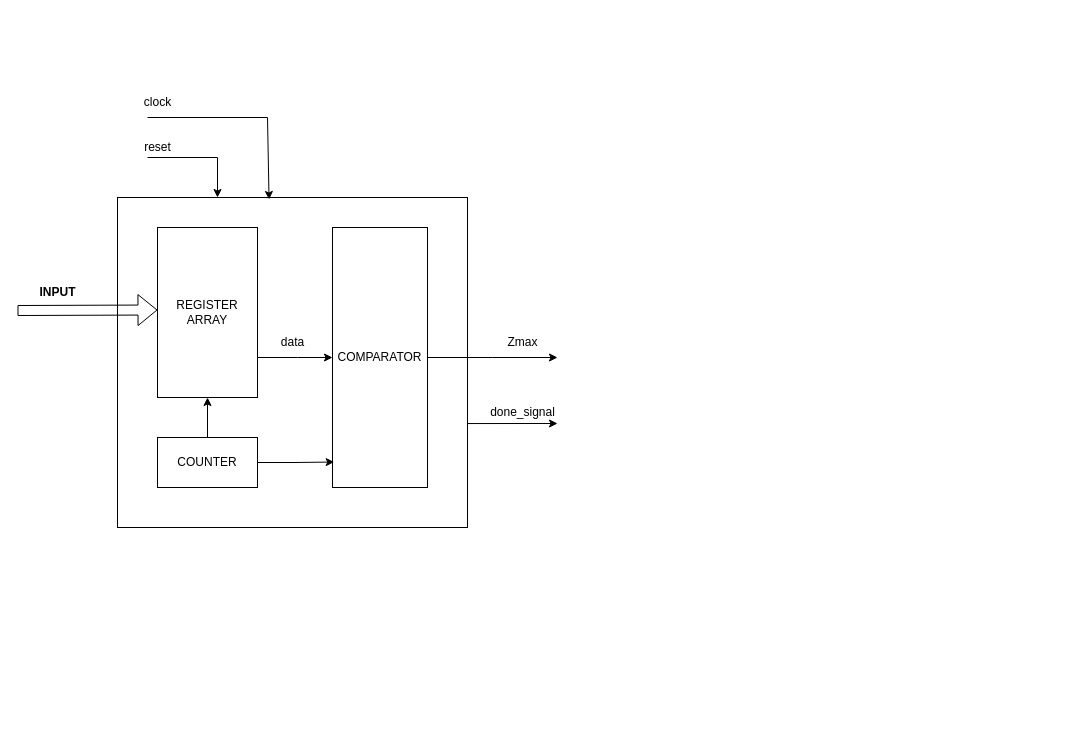
quyenpro123/softmax keeps this draw.io diagram as project spec/max_tree_block.drawio. Above is the earlier version. Source tidied: cells renumbered, new cells numbered last; positions are measured from the earlier drawing's top-left corner, leaving out a move shared by most shapes. Both pictures are drawn from the tidied source at 100%, with x=0, y=0 at pixel (17, 87).
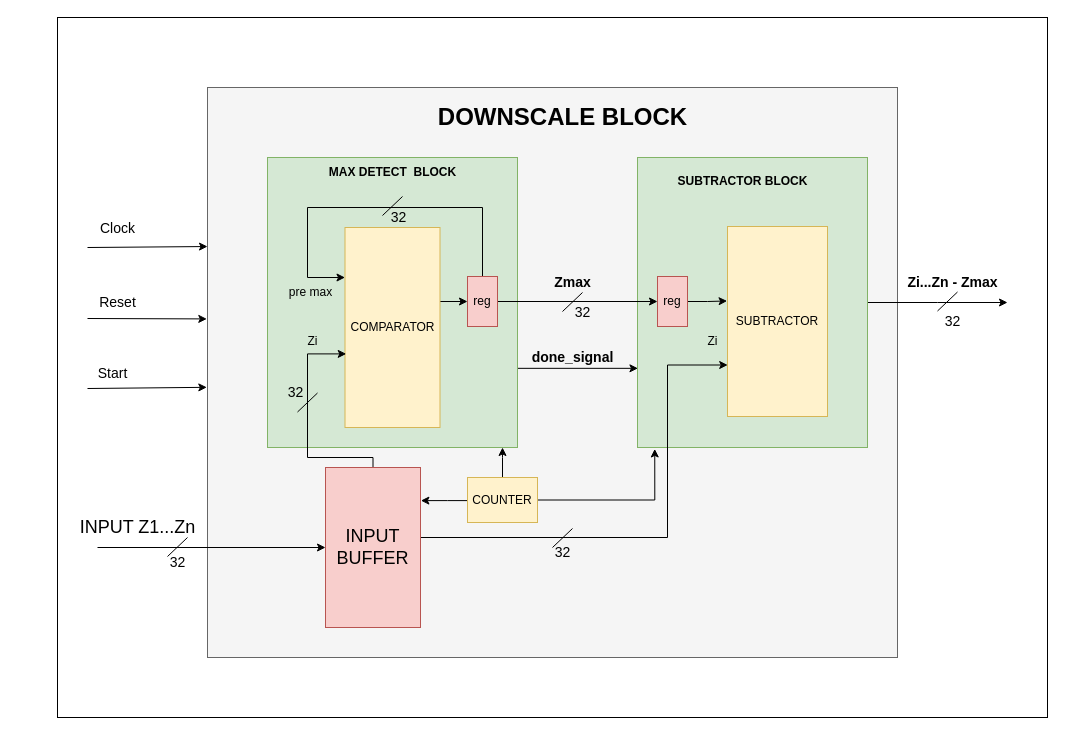
The same diagram, later.

The edit, as a diff of the source:
```diff
@@
-    <mxCell id="2" style="rounded=0;whiteSpace=wrap;html=1;" parent="1" vertex="1">
-      <mxGeometry x="100" y="110" width="350" height="330" as="geometry" />
-    </mxCell>
-    <mxCell id="3" style="edgeStyle=orthogonalEdgeStyle;rounded=0;jettySize=auto;html=1;entryX=0;entryY=0.5;entryDx=0;entryDy=0;" parent="1" edge="1" source="4" target="8">
-      <mxGeometry relative="1" as="geometry">
-        <Array as="points">
-          <mxPoint x="280" y="270" />
-          <mxPoint x="280" y="270" />
-        </Array>
-      </mxGeometry>
-    </mxCell>
-    <mxCell id="4" value="REGISTER ARRAY" style="rounded=0;whiteSpace=wrap;html=1;fillColor=default;strokeColor=default;" parent="1" vertex="1">
-      <mxGeometry x="140" y="140" width="100" height="170" as="geometry" />
-    </mxCell>
-    <mxCell id="5" style="shape=flexArrow;endArrow=classic;html=1;rounded=0;entryX=0;entryY=0.5;entryDx=0;entryDy=0;" parent="1" edge="1">
-      <mxGeometry relative="1" as="geometry">
-        <mxPoint y="223" as="sourcePoint" />
-        <mxPoint x="140" y="222.5" as="targetPoint" />
-      </mxGeometry>
-    </mxCell>
-    <mxCell id="6" value="&lt;b&gt;INPUT&lt;/b&gt;" style="text;html=1;align=center;verticalAlign=middle;strokeColor=none;fillColor=none;" parent="1" vertex="1">
-      <mxGeometry x="10" y="190" width="60" height="30" as="geometry" />
-    </mxCell>
-    <mxCell id="7" style="edgeStyle=orthogonalEdgeStyle;rounded=0;jettySize=auto;html=1;" parent="1" edge="1" source="8">
-      <mxGeometry relative="1" as="geometry">
-        <mxPoint x="540" y="270" as="targetPoint" />
-      </mxGeometry>
-    </mxCell>
+    <mxCell id="20" style="rounded=0;whiteSpace=wrap;html=1;fontSize=14;gradientColor=none;" parent="1" vertex="1">
+      <mxGeometry x="40" y="-70" width="990" height="700" as="geometry" />
+    </mxCell>
+    <mxCell id="21" style="rounded=0;whiteSpace=wrap;html=1;fontSize=12;fillColor=#f5f5f5;fontColor=#333333;strokeColor=#666666;" parent="1" vertex="1">
+      <mxGeometry x="190" width="690" height="570" as="geometry" />
+    </mxCell>
+    <mxCell id="22" style="edgeStyle=orthogonalEdgeStyle;rounded=0;jettySize=auto;html=1;fontSize=14;" parent="1" edge="1" source="23">
+      <mxGeometry relative="1" as="geometry">
+        <mxPoint x="990" y="215" as="targetPoint" />
+      </mxGeometry>
+    </mxCell>
+    <mxCell id="23" style="rounded=0;whiteSpace=wrap;html=1;fontSize=12;fillColor=#d5e8d4;strokeColor=#82b366;" parent="1" vertex="1">
+      <mxGeometry x="620" y="70" width="230" height="290" as="geometry" />
+    </mxCell>
+    <mxCell id="24" style="rounded=0;whiteSpace=wrap;html=1;fontSize=12;fillColor=#d5e8d4;strokeColor=#82b366;" parent="1" vertex="1">
+      <mxGeometry x="250" y="70" width="250" height="290" as="geometry" />
+    </mxCell>
+    <mxCell id="25" style="edgeStyle=orthogonalEdgeStyle;rounded=0;jettySize=auto;html=1;entryX=0;entryY=0.5;entryDx=0;entryDy=0;" parent="1" edge="1" target="31">
+      <mxGeometry relative="1" as="geometry">
+        <mxPoint x="422.5" y="214" as="sourcePoint" />
+      </mxGeometry>
+    </mxCell>
-    <mxCell id="8" value="COMPARATOR" style="rounded=0;whiteSpace=wrap;html=1;" parent="1" vertex="1">
-      <mxGeometry x="315" y="140" width="95" height="260" as="geometry" />
+    <mxCell id="8" value="COMPARATOR" style="rounded=0;whiteSpace=wrap;html=1;fillColor=#fff2cc;strokeColor=#d6b656;" parent="1" vertex="1">
+      <mxGeometry x="327.5" y="140" width="95" height="200" as="geometry" />
     </mxCell>
-    <mxCell id="9" value="Zmax" style="text;html=1;align=center;verticalAlign=middle;strokeColor=none;fillColor=none;" parent="1" vertex="1">
-      <mxGeometry x="480" y="240" width="50" height="30" as="geometry" />
+    <mxCell id="9" value="&lt;font style=&quot;font-size: 14px;&quot;&gt;&lt;b&gt;Zmax&lt;/b&gt;&lt;/font&gt;" style="text;html=1;align=center;verticalAlign=middle;" parent="1" vertex="1">
+      <mxGeometry x="525" y="180" width="60" height="30" as="geometry" />
     </mxCell>
-    <mxCell id="10" value="data" style="text;html=1;align=center;verticalAlign=middle;strokeColor=none;fillColor=none;" parent="1" vertex="1">
-      <mxGeometry x="250" y="240" width="50" height="30" as="geometry" />
+    <mxCell id="10" value="Zi" style="text;html=1;align=center;verticalAlign=middle;" parent="1" vertex="1">
+      <mxGeometry x="280" y="239" width="30" height="30" as="geometry" />
     </mxCell>
-    <mxCell id="11" style="endArrow=classic;html=1;rounded=0;" parent="1" edge="1">
-      <mxGeometry relative="1" as="geometry">
-        <mxPoint x="130" y="70" as="sourcePoint" />
-        <mxPoint x="200" y="110" as="targetPoint" />
-        <Array as="points">
-          <mxPoint x="200" y="70" />
-        </Array>
-      </mxGeometry>
-    </mxCell>
-    <mxCell id="12" style="endArrow=classic;html=1;rounded=0;entryX=0.433;entryY=0.006;entryDx=0;entryDy=0;entryPerimeter=0;" parent="1" edge="1" target="2">
-      <mxGeometry relative="1" as="geometry">
-        <mxPoint x="130" y="30" as="sourcePoint" />
-        <Array as="points">
-          <mxPoint x="250" y="30" />
-        </Array>
-      </mxGeometry>
-    </mxCell>
-    <mxCell id="13" value="clock" style="text;html=1;align=center;verticalAlign=middle;strokeColor=none;fillColor=none;" parent="1" vertex="1">
-      <mxGeometry x="115" width="50" height="30" as="geometry" />
-    </mxCell>
-    <mxCell id="14" value="reset" style="text;html=1;align=center;verticalAlign=middle;strokeColor=none;fillColor=none;" parent="1" vertex="1">
-      <mxGeometry x="115" y="45" width="50" height="30" as="geometry" />
-    </mxCell>
-    <mxCell id="15" style="edgeStyle=orthogonalEdgeStyle;rounded=0;jettySize=auto;html=1;entryX=0.5;entryY=1;entryDx=0;entryDy=0;" parent="1" edge="1" source="16" target="4">
-      <mxGeometry relative="1" as="geometry" />
-    </mxCell>
+    <mxCell id="26" style="edgeStyle=orthogonalEdgeStyle;rounded=0;jettySize=auto;html=1;entryX=1.004;entryY=0.207;entryDx=0;entryDy=0;entryPerimeter=0;fontSize=12;" parent="1" edge="1" source="16" target="35">
+      <mxGeometry relative="1" as="geometry">
+        <Array as="points">
+          <mxPoint x="430" y="412" />
+        </Array>
+      </mxGeometry>
+    </mxCell>
+    <mxCell id="27" style="edgeStyle=orthogonalEdgeStyle;rounded=0;jettySize=auto;html=1;entryX=0.075;entryY=1.005;entryDx=0;entryDy=0;entryPerimeter=0;fontSize=12;" parent="1" edge="1" source="16" target="23">
+      <mxGeometry relative="1" as="geometry" />
+    </mxCell>
+    <mxCell id="28" style="edgeStyle=orthogonalEdgeStyle;rounded=0;jettySize=auto;html=1;fontSize=12;" parent="1" edge="1" source="16">
+      <mxGeometry relative="1" as="geometry">
+        <mxPoint x="485" y="360" as="targetPoint" />
+      </mxGeometry>
+    </mxCell>
-    <mxCell id="16" value="COUNTER" style="rounded=0;whiteSpace=wrap;html=1;" parent="1" vertex="1">
-      <mxGeometry x="140" y="350" width="100" height="50" as="geometry" />
+    <mxCell id="16" value="COUNTER" style="rounded=0;whiteSpace=wrap;html=1;fillColor=#fff2cc;strokeColor=#d6b656;" parent="1" vertex="1">
+      <mxGeometry x="450" y="390" width="70" height="45" as="geometry" />
     </mxCell>
-    <mxCell id="17" style="edgeStyle=orthogonalEdgeStyle;rounded=0;jettySize=auto;html=1;entryX=0.018;entryY=0.902;entryDx=0;entryDy=0;entryPerimeter=0;" parent="1" edge="1" source="16" target="8">
-      <mxGeometry relative="1" as="geometry" />
-    </mxCell>
-    <mxCell id="18" style="endArrow=classic;html=1;rounded=0;exitX=1;exitY=0.685;exitDx=0;exitDy=0;exitPerimeter=0;" parent="1" edge="1" source="2">
-      <mxGeometry relative="1" as="geometry">
-        <mxPoint x="540" y="336" as="targetPoint" />
-      </mxGeometry>
+    <mxCell id="18" style="endArrow=classic;html=1;rounded=0;exitX=1.002;exitY=0.727;exitDx=0;exitDy=0;exitPerimeter=0;entryX=0.002;entryY=0.727;entryDx=0;entryDy=0;entryPerimeter=0;" parent="1" edge="1" source="24" target="23">
+      <mxGeometry relative="1" as="geometry" />
     </mxCell>
-    <mxCell id="19" value="done_signal" style="text;html=1;align=center;verticalAlign=middle;strokeColor=none;fillColor=none;" parent="1" vertex="1">
-      <mxGeometry x="460" y="310" width="90" height="30" as="geometry" />
+    <mxCell id="19" value="&lt;font style=&quot;font-size: 14px;&quot;&gt;&lt;b&gt;done_signal&lt;/b&gt;&lt;/font&gt;" style="text;html=1;align=center;verticalAlign=middle;" parent="1" vertex="1">
+      <mxGeometry x="500" y="255" width="110" height="30" as="geometry" />
     </mxCell>
+    <mxCell id="29" style="edgeStyle=orthogonalEdgeStyle;rounded=0;jettySize=auto;html=1;entryX=0;entryY=0.25;entryDx=0;entryDy=0;fontSize=12;" parent="1" edge="1" source="31" target="8">
+      <mxGeometry relative="1" as="geometry">
+        <Array as="points">
+          <mxPoint x="465" y="120" />
+          <mxPoint x="290" y="120" />
+          <mxPoint x="290" y="190" />
+        </Array>
+      </mxGeometry>
+    </mxCell>
+    <mxCell id="30" style="edgeStyle=orthogonalEdgeStyle;rounded=0;jettySize=auto;html=1;entryX=0;entryY=0.5;entryDx=0;entryDy=0;fontSize=24;" parent="1" edge="1" source="31" target="38">
+      <mxGeometry relative="1" as="geometry" />
+    </mxCell>
+    <mxCell id="31" value="reg" style="whiteSpace=wrap;html=1;fillColor=#f8cecc;strokeColor=#b85450;" parent="1" vertex="1">
+      <mxGeometry x="450" y="189" width="30" height="50" as="geometry" />
+    </mxCell>
+    <mxCell id="32" value="pre max" style="text;html=1;align=center;verticalAlign=middle;" parent="1" vertex="1">
+      <mxGeometry x="257.5" y="190" width="70" height="30" as="geometry" />
+    </mxCell>
+    <mxCell id="33" style="edgeStyle=orthogonalEdgeStyle;rounded=0;jettySize=auto;html=1;entryX=0.002;entryY=0.729;entryDx=0;entryDy=0;fontSize=12;entryPerimeter=0;" parent="1" edge="1" target="39">
+      <mxGeometry relative="1" as="geometry">
+        <mxPoint x="403" y="459" as="sourcePoint" />
+        <Array as="points">
+          <mxPoint x="403" y="450" />
+          <mxPoint x="650" y="450" />
+          <mxPoint x="650" y="278" />
+        </Array>
+      </mxGeometry>
+    </mxCell>
+    <mxCell id="34" style="edgeStyle=orthogonalEdgeStyle;rounded=0;jettySize=auto;html=1;fontSize=12;entryX=0.013;entryY=0.632;entryDx=0;entryDy=0;entryPerimeter=0;" parent="1" edge="1" source="35" target="8">
+      <mxGeometry relative="1" as="geometry">
+        <Array as="points">
+          <mxPoint x="356" y="370" />
+          <mxPoint x="290" y="370" />
+          <mxPoint x="290" y="266" />
+        </Array>
+      </mxGeometry>
+    </mxCell>
+    <mxCell id="35" value="INPUT BUFFER" style="rounded=0;whiteSpace=wrap;html=1;fontSize=18;fillColor=#f8cecc;strokeColor=#b85450;" parent="1" vertex="1">
+      <mxGeometry x="308" y="380" width="95" height="160" as="geometry" />
+    </mxCell>
+    <mxCell id="36" value="&lt;b&gt;MAX DETECT&amp;nbsp; BLOCK&lt;/b&gt;" style="text;html=1;align=center;verticalAlign=middle;strokeColor=none;fillColor=none;fontSize=12;" parent="1" vertex="1">
+      <mxGeometry x="300" y="70" width="150" height="30" as="geometry" />
+    </mxCell>
+    <mxCell id="37" style="edgeStyle=orthogonalEdgeStyle;rounded=0;jettySize=auto;html=1;entryX=-0.004;entryY=0.392;entryDx=0;entryDy=0;entryPerimeter=0;fontSize=12;" parent="1" edge="1" source="38" target="39">
+      <mxGeometry relative="1" as="geometry" />
+    </mxCell>
+    <mxCell id="38" value="reg" style="whiteSpace=wrap;html=1;fillColor=#f8cecc;strokeColor=#b85450;" parent="1" vertex="1">
+      <mxGeometry x="640" y="189" width="30" height="50" as="geometry" />
+    </mxCell>
+    <mxCell id="39" value="SUBTRACTOR" style="rounded=0;whiteSpace=wrap;html=1;fontSize=12;fillColor=#fff2cc;strokeColor=#d6b656;" parent="1" vertex="1">
+      <mxGeometry x="710" y="139" width="100" height="190" as="geometry" />
+    </mxCell>
+    <mxCell id="40" value="&lt;b&gt;SUBTRACTOR BLOCK&lt;/b&gt;" style="text;html=1;align=center;verticalAlign=middle;strokeColor=none;fillColor=none;fontSize=12;" parent="1" vertex="1">
+      <mxGeometry x="650" y="79" width="150" height="30" as="geometry" />
+    </mxCell>
+    <mxCell id="41" value="Zi" style="text;html=1;align=center;verticalAlign=middle;" parent="1" vertex="1">
+      <mxGeometry x="680" y="239" width="30" height="30" as="geometry" />
+    </mxCell>
+    <mxCell id="42" value="&lt;b&gt;&lt;font style=&quot;font-size: 14px;&quot;&gt;Zi...Zn - Zmax&lt;/font&gt;&lt;/b&gt;" style="text;html=1;align=center;verticalAlign=middle;strokeColor=none;fillColor=none;fontSize=12;" parent="1" vertex="1">
+      <mxGeometry x="880" y="180" width="110" height="30" as="geometry" />
+    </mxCell>
+    <mxCell id="43" value="&lt;font style=&quot;font-size: 24px;&quot;&gt;&lt;b&gt;DOWNSCALE BLOCK&lt;/b&gt;&lt;/font&gt;" style="text;html=1;align=center;verticalAlign=middle;strokeColor=none;fillColor=none;fontSize=12;" parent="1" vertex="1">
+      <mxGeometry x="410" y="10" width="270" height="40" as="geometry" />
+    </mxCell>
+    <mxCell id="44" value="INPUT Z1...Zn" style="text;html=1;align=center;verticalAlign=middle;strokeColor=none;fillColor=none;fontSize=18;" parent="1" vertex="1">
+      <mxGeometry x="50" y="420" width="140" height="40" as="geometry" />
+    </mxCell>
+    <mxCell id="45" style="endArrow=classic;html=1;rounded=0;fontSize=18;entryX=0;entryY=0.279;entryDx=0;entryDy=0;entryPerimeter=0;" parent="1" edge="1" target="21">
+      <mxGeometry relative="1" as="geometry">
+        <mxPoint x="70" y="160" as="sourcePoint" />
+      </mxGeometry>
+    </mxCell>
+    <mxCell id="46" value="&lt;font style=&quot;font-size: 14px;&quot;&gt;Clock&lt;/font&gt;" style="text;html=1;align=center;verticalAlign=middle;strokeColor=none;fillColor=none;fontSize=18;" parent="1" vertex="1">
+      <mxGeometry x="70" y="120" width="60" height="40" as="geometry" />
+    </mxCell>
+    <mxCell id="47" value="&lt;font style=&quot;font-size: 14px;&quot;&gt;Reset&lt;/font&gt;" style="text;html=1;align=center;verticalAlign=middle;strokeColor=none;fillColor=none;fontSize=18;" parent="1" vertex="1">
+      <mxGeometry x="70" y="194" width="60" height="40" as="geometry" />
+    </mxCell>
+    <mxCell id="48" style="endArrow=classic;html=1;rounded=0;fontSize=18;entryX=-0.001;entryY=0.406;entryDx=0;entryDy=0;entryPerimeter=0;" parent="1" edge="1" target="21">
+      <mxGeometry relative="1" as="geometry">
+        <mxPoint x="70" y="231" as="sourcePoint" />
+      </mxGeometry>
+    </mxCell>
+    <mxCell id="49" style="endArrow=classic;html=1;rounded=0;fontSize=18;entryX=-0.001;entryY=0.526;entryDx=0;entryDy=0;entryPerimeter=0;" parent="1" edge="1" target="21">
+      <mxGeometry relative="1" as="geometry">
+        <mxPoint x="70" y="301" as="sourcePoint" />
+      </mxGeometry>
+    </mxCell>
+    <mxCell id="50" value="&lt;font style=&quot;font-size: 14px;&quot;&gt;Start&lt;/font&gt;" style="text;html=1;align=center;verticalAlign=middle;strokeColor=none;fillColor=none;fontSize=18;" parent="1" vertex="1">
+      <mxGeometry x="70" y="265" width="50" height="40" as="geometry" />
+    </mxCell>
+    <mxCell id="51" style="endArrow=none;html=1;rounded=0;fontSize=14;" parent="1" edge="1">
+      <mxGeometry relative="1" as="geometry">
+        <mxPoint x="280" y="324.5" as="sourcePoint" />
+        <mxPoint x="300" y="305.5" as="targetPoint" />
+      </mxGeometry>
+    </mxCell>
+    <mxCell id="52" style="endArrow=none;html=1;rounded=0;fontSize=14;" parent="1" edge="1">
+      <mxGeometry relative="1" as="geometry">
+        <mxPoint x="365" y="128" as="sourcePoint" />
+        <mxPoint x="385" y="109" as="targetPoint" />
+      </mxGeometry>
+    </mxCell>
+    <mxCell id="53" style="endArrow=none;html=1;rounded=0;fontSize=14;" parent="1" edge="1">
+      <mxGeometry relative="1" as="geometry">
+        <mxPoint x="150" y="469" as="sourcePoint" />
+        <mxPoint x="170" y="450" as="targetPoint" />
+      </mxGeometry>
+    </mxCell>
+    <mxCell id="54" style="endArrow=none;html=1;rounded=0;fontSize=14;" parent="1" edge="1">
+      <mxGeometry relative="1" as="geometry">
+        <mxPoint x="545" y="224" as="sourcePoint" />
+        <mxPoint x="565" y="205" as="targetPoint" />
+      </mxGeometry>
+    </mxCell>
+    <mxCell id="55" style="endArrow=none;html=1;rounded=0;fontSize=14;" parent="1" edge="1">
+      <mxGeometry relative="1" as="geometry">
+        <mxPoint x="920" y="223.5" as="sourcePoint" />
+        <mxPoint x="940" y="204.5" as="targetPoint" />
+      </mxGeometry>
+    </mxCell>
+    <mxCell id="56" style="endArrow=none;html=1;rounded=0;fontSize=14;" parent="1" edge="1">
+      <mxGeometry relative="1" as="geometry">
+        <mxPoint x="535" y="460" as="sourcePoint" />
+        <mxPoint x="555" y="441" as="targetPoint" />
+      </mxGeometry>
+    </mxCell>
+    <mxCell id="57" value="32" style="text;html=1;align=center;verticalAlign=middle;strokeColor=none;fillColor=none;fontSize=14;" parent="1" vertex="1">
+      <mxGeometry x="140" y="460" width="40" height="30" as="geometry" />
+    </mxCell>
+    <mxCell id="58" value="32" style="text;html=1;align=center;verticalAlign=middle;strokeColor=none;fillColor=none;fontSize=14;" parent="1" vertex="1">
+      <mxGeometry x="361" y="115" width="40" height="30" as="geometry" />
+    </mxCell>
+    <mxCell id="59" value="32" style="text;html=1;align=center;verticalAlign=middle;strokeColor=none;fillColor=none;fontSize=14;" parent="1" vertex="1">
+      <mxGeometry x="257.5" y="290" width="40" height="30" as="geometry" />
+    </mxCell>
+    <mxCell id="60" value="32" style="text;html=1;align=center;verticalAlign=middle;strokeColor=none;fillColor=none;fontSize=14;" parent="1" vertex="1">
+      <mxGeometry x="545" y="210" width="40" height="30" as="geometry" />
+    </mxCell>
+    <mxCell id="61" value="32" style="text;html=1;align=center;verticalAlign=middle;strokeColor=none;fillColor=none;fontSize=14;" parent="1" vertex="1">
+      <mxGeometry x="525" y="450" width="40" height="30" as="geometry" />
+    </mxCell>
+    <mxCell id="62" value="32" style="text;html=1;align=center;verticalAlign=middle;strokeColor=none;fillColor=none;fontSize=14;" parent="1" vertex="1">
+      <mxGeometry x="915" y="219" width="40" height="30" as="geometry" />
+    </mxCell>
+    <mxCell id="63" style="endArrow=classic;html=1;rounded=0;fontSize=14;entryX=0;entryY=0.5;entryDx=0;entryDy=0;" parent="1" edge="1" target="35">
+      <mxGeometry relative="1" as="geometry">
+        <mxPoint x="80" y="460" as="sourcePoint" />
+      </mxGeometry>
+    </mxCell>
```
